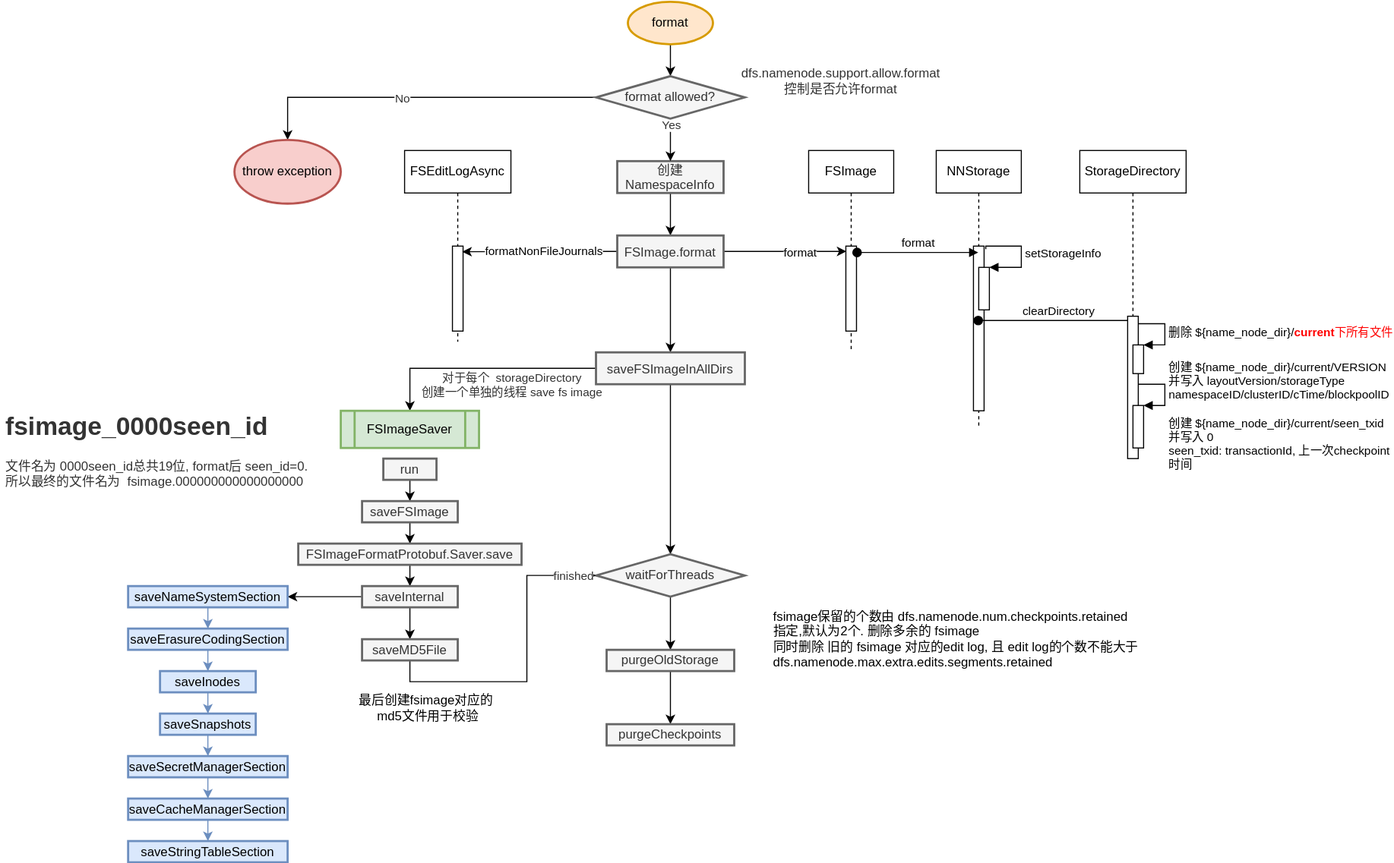
Earlier version of the draw.io export docs/hdfs/nn-format/hdfs-NN-format.svg (wbo4958/wbo4958.github.io). Source tidied: cells renumbered, new cells last; positions are measured from the earlier drawing's top-left corner, leaving out a move shared by most shapes.
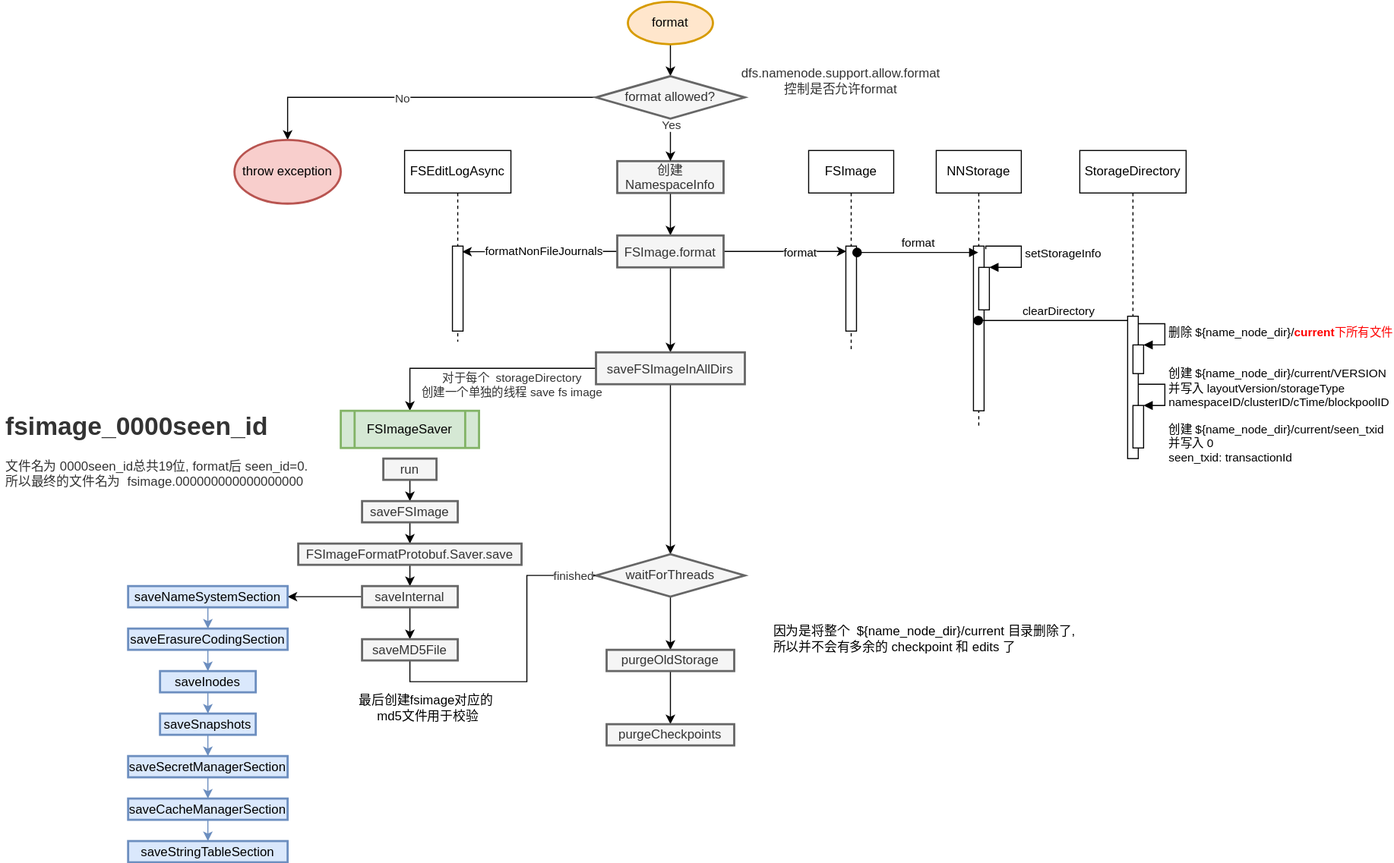
After the change.

The edit, as a diff of the source:
```diff
@@ -132,7 +132,7 @@
     <mxCell id="38" style="html=1;points=[];perimeter=orthogonalPerimeter;" parent="33" vertex="1">
       <mxGeometry x="50" y="240" width="10" height="40" as="geometry" />
     </mxCell>
-    <mxCell id="39" value="创建 ${name_node_dir}/current/VERSION&lt;br&gt;并写入&amp;nbsp;layoutVersion/storageType&lt;br&gt;namespaceID/clusterID/cTime/blockpoolID&lt;br&gt;&lt;br&gt;&lt;div&gt;创建 ${name_node_dir}/current/seen_txid&lt;/div&gt;&lt;div&gt;并写入 0&lt;br&gt;seen_txid: transactionId, 上一次checkpoint&lt;/div&gt;&lt;div&gt;时间&lt;/div&gt;" style="edgeStyle=orthogonalEdgeStyle;html=1;align=left;spacingLeft=2;endArrow=block;rounded=0;entryX=1;entryY=0;" parent="33" edge="1" target="38">
+    <mxCell id="39" value="创建 ${name_node_dir}/current/VERSION&lt;br&gt;并写入&amp;nbsp;layoutVersion/storageType&lt;br&gt;namespaceID/clusterID/cTime/blockpoolID&lt;br&gt;&lt;br&gt;&lt;div&gt;创建 ${name_node_dir}/current/seen_txid&lt;/div&gt;&lt;div&gt;并写入 0&lt;br&gt;seen_txid: transactionId&lt;/div&gt;" style="edgeStyle=orthogonalEdgeStyle;html=1;align=left;spacingLeft=2;endArrow=block;rounded=0;entryX=1;entryY=0;" parent="33" edge="1" target="38">
       <mxGeometry x="0.38" y="10" relative="1" as="geometry">
         <mxPoint x="55" y="220" as="sourcePoint" />
         <Array as="points">
@@ -236,8 +236,8 @@
     <mxCell id="71" value="purgeOldStorage" style="whiteSpace=wrap;html=1;fontColor=#333333;strokeColor=#666666;strokeWidth=2;fillColor=#f5f5f5;" parent="1" vertex="1">
       <mxGeometry x="570" y="610" width="120" height="20" as="geometry" />
     </mxCell>
-    <mxCell id="72" value="fsimage保留的个数由&amp;nbsp;dfs.namenode.num.checkpoints.retained&lt;br&gt;指定,默认为2个. 删除多余的 fsimage&lt;br&gt;同时删除 旧的 fsimage 对应的edit log, 且 edit log的个数不能大于&lt;br&gt;dfs.namenode.max.extra.edits.segments.retained" style="text;html=1;align=left;verticalAlign=middle;" parent="1" vertex="1">
-      <mxGeometry x="725" y="570" width="360" height="60" as="geometry" />
+    <mxCell id="72" value="因为是将整个&amp;nbsp; ${name_node_dir}/current 目录删除了,&lt;br&gt;所以并不会有多余的 checkpoint 和 edits 了" style="text;html=1;align=left;verticalAlign=middle;" parent="1" vertex="1">
+      <mxGeometry x="725" y="585" width="300" height="30" as="geometry" />
     </mxCell>
     <mxCell id="73" value="purgeCheckpoints" style="whiteSpace=wrap;html=1;fontColor=#333333;strokeColor=#666666;strokeWidth=2;fillColor=#f5f5f5;" parent="1" vertex="1">
       <mxGeometry x="570" y="680" width="120" height="20" as="geometry" />
```
